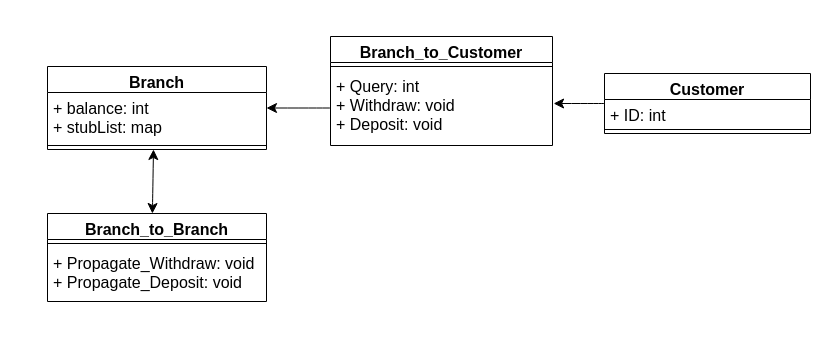
This is CSE531Project1.drawio from ilvfruits/CSE531_Distributed_and_Microprocessor_OS, a draw.io file, before an edit. Source tidied: cells renumbered, new cells numbered last; positions are measured from the earlier drawing's top-left corner, leaving out a move shared by most shapes. Both pictures are drawn from the tidied source at 100%, with x=0, y=0 at pixel (47, 36).
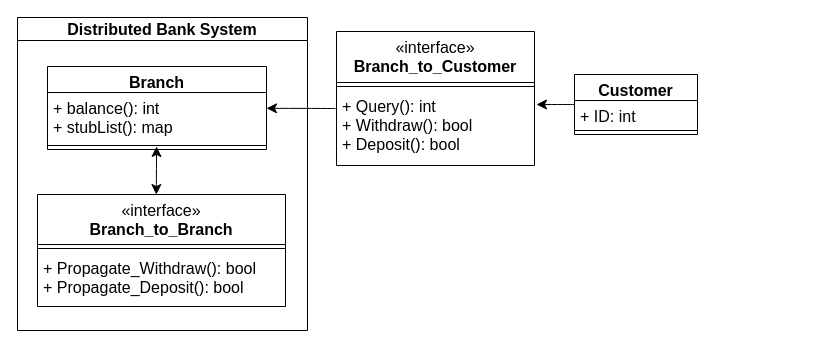
The same diagram, later.

The edit, as a diff of the source:
```diff
@@
 <mxGraphModel>
   <root>
     <mxCell id="0" />
     <mxCell id="1" parent="0" />
-    <mxCell id="2" value="Branch_to_Customer" style="swimlane;fontStyle=1;align=center;verticalAlign=top;horizontal=1;startSize=26;whiteSpace=wrap;html=1;fontSize=16;" parent="1" vertex="1">
-      <mxGeometry x="283" width="222" height="109" as="geometry" />
-    </mxCell>
-    <mxCell id="3" style="line;strokeWidth=1;fillColor=none;align=left;verticalAlign=middle;spacingTop=-1;spacingLeft=3;spacingRight=3;labelPosition=right;strokeColor=inherit;fontSize=16;" parent="2" vertex="1">
-      <mxGeometry y="26" width="222" height="8" as="geometry" />
-    </mxCell>
-    <mxCell id="4" value="+ Query: int&lt;br&gt;+ Withdraw: void&lt;br&gt;+ Deposit: void" style="text;strokeColor=none;fillColor=none;align=left;verticalAlign=top;spacingLeft=4;spacingRight=4;overflow=hidden;points=[[0,0.5],[1,0.5]];portConstraint=eastwest;whiteSpace=wrap;html=1;fontSize=16;" parent="2" vertex="1">
-      <mxGeometry y="34" width="222" height="75" as="geometry" />
-    </mxCell>
-    <mxCell id="5" style="edgeStyle=none;curved=1;rounded=0;jettySize=auto;html=1;fontSize=12;startSize=8;endSize=8;entryX=1.005;entryY=0.44;entryDx=0;entryDy=0;entryPerimeter=0;" parent="1" edge="1" source="6" target="4">
+    <mxCell id="5" style="edgeStyle=none;curved=1;rounded=0;jettySize=auto;html=1;fontSize=12;startSize=8;endSize=8;entryX=1.01;entryY=0.187;entryDx=0;entryDy=0;entryPerimeter=0;" parent="1" edge="1" source="6" target="19">
       <mxGeometry relative="1" as="geometry" />
     </mxCell>
     <mxCell id="6" value="Customer" style="swimlane;fontStyle=1;align=center;verticalAlign=top;horizontal=1;startSize=26;whiteSpace=wrap;html=1;fontSize=16;" parent="1" vertex="1">
-      <mxGeometry x="557" y="37" width="206" height="60" as="geometry" />
+      <mxGeometry x="527" y="38" width="123" height="60" as="geometry" />
     </mxCell>
     <mxCell id="7" value="+ ID: int" style="text;strokeColor=none;fillColor=none;align=left;verticalAlign=top;spacingLeft=4;spacingRight=4;overflow=hidden;whiteSpace=wrap;html=1;fontSize=16;" parent="6" vertex="1">
-      <mxGeometry y="26" width="206" height="26" as="geometry" />
+      <mxGeometry y="26" width="123" height="26" as="geometry" />
     </mxCell>
     <mxCell id="8" style="line;strokeWidth=1;fillColor=none;align=left;verticalAlign=middle;spacingTop=-1;spacingLeft=3;spacingRight=3;labelPosition=right;strokeColor=inherit;fontSize=16;" parent="6" vertex="1">
-      <mxGeometry y="52" width="206" height="8" as="geometry" />
+      <mxGeometry y="52" width="123" height="8" as="geometry" />
     </mxCell>
-    <mxCell id="9" value="Branch_to_Branch" style="swimlane;fontStyle=1;align=center;verticalAlign=top;horizontal=1;startSize=26;whiteSpace=wrap;html=1;fontSize=16;" parent="1" vertex="1">
-      <mxGeometry y="177" width="219" height="88" as="geometry" />
+    <mxCell id="9" value="&lt;span style=&quot;font-weight: normal;&quot;&gt;«interface»&lt;/span&gt;&lt;br&gt;Branch_to_Branch" style="swimlane;fontStyle=1;align=center;verticalAlign=top;horizontal=1;startSize=50;whiteSpace=wrap;html=1;fontSize=16;" parent="1" vertex="1">
+      <mxGeometry x="-10" y="158" width="248" height="112" as="geometry" />
     </mxCell>
     <mxCell id="10" style="line;strokeWidth=1;fillColor=none;align=left;verticalAlign=middle;spacingTop=-1;spacingLeft=3;spacingRight=3;labelPosition=right;strokeColor=inherit;fontSize=16;" parent="9" vertex="1">
-      <mxGeometry y="26" width="219" height="8" as="geometry" />
+      <mxGeometry y="50" width="248" height="8" as="geometry" />
     </mxCell>
-    <mxCell id="11" value="+ Propagate_Withdraw: void&lt;br&gt;+ Propagate_Deposit: void" style="text;strokeColor=none;fillColor=none;align=left;verticalAlign=top;spacingLeft=4;spacingRight=4;overflow=hidden;whiteSpace=wrap;html=1;fontSize=16;" parent="9" vertex="1">
-      <mxGeometry y="34" width="219" height="54" as="geometry" />
+    <mxCell id="11" value="+ Propagate_Withdraw(): bool&lt;br&gt;+ Propagate_Deposit(): bool" style="text;strokeColor=none;fillColor=none;align=left;verticalAlign=top;spacingLeft=4;spacingRight=4;overflow=hidden;whiteSpace=wrap;html=1;fontSize=16;" parent="9" vertex="1">
+      <mxGeometry y="58" width="248" height="54" as="geometry" />
     </mxCell>
     <mxCell id="12" value="Branch" style="swimlane;fontStyle=1;align=center;verticalAlign=top;horizontal=1;startSize=26;whiteSpace=wrap;html=1;fontSize=16;" parent="1" vertex="1">
       <mxGeometry y="30" width="219" height="83" as="geometry" />
     </mxCell>
-    <mxCell id="13" value="+ balance: int&lt;br&gt;+ stubList: map" style="text;strokeColor=none;fillColor=none;align=left;verticalAlign=top;spacingLeft=4;spacingRight=4;overflow=hidden;whiteSpace=wrap;html=1;fontSize=16;" parent="12" vertex="1">
+    <mxCell id="13" value="+ balance(): int&lt;br&gt;+ stubList(): map" style="text;strokeColor=none;fillColor=none;align=left;verticalAlign=top;spacingLeft=4;spacingRight=4;overflow=hidden;whiteSpace=wrap;html=1;fontSize=16;" parent="12" vertex="1">
       <mxGeometry y="26" width="219" height="49" as="geometry" />
     </mxCell>
     <mxCell id="14" style="line;strokeWidth=1;fillColor=none;align=left;verticalAlign=middle;spacingTop=-1;spacingLeft=3;spacingRight=3;labelPosition=right;points=[];portConstraint=eastwest;strokeColor=inherit;fontSize=16;" parent="12" vertex="1">
       <mxGeometry y="75" width="219" height="8" as="geometry" />
     </mxCell>
-    <mxCell id="15" style="edgeStyle=none;curved=1;rounded=0;jettySize=auto;html=1;fontSize=12;startSize=8;endSize=8;" parent="1" edge="1" source="4" target="12">
+    <mxCell id="15" style="edgeStyle=none;curved=1;rounded=0;jettySize=auto;html=1;fontSize=12;startSize=8;endSize=8;exitX=-0.005;exitY=0.24;exitDx=0;exitDy=0;exitPerimeter=0;" parent="1" edge="1" source="19" target="12">
       <mxGeometry relative="1" as="geometry" />
     </mxCell>
-    <mxCell id="16" style="endArrow=classic;startArrow=classic;html=1;rounded=0;fontSize=12;startSize=8;endSize=8;curved=1;entryX=0.484;entryY=1;entryDx=0;entryDy=0;entryPerimeter=0;exitX=0.479;exitY=0;exitDx=0;exitDy=0;exitPerimeter=0;" parent="1" edge="1" source="9" target="14">
+    <mxCell id="16" style="endArrow=classic;startArrow=classic;html=1;rounded=0;fontSize=12;startSize=8;endSize=8;curved=1;entryX=0.498;entryY=0.625;entryDx=0;entryDy=0;entryPerimeter=0;exitX=0.479;exitY=0;exitDx=0;exitDy=0;exitPerimeter=0;" parent="1" edge="1" source="9" target="14">
       <mxGeometry relative="1" as="geometry" />
     </mxCell>
+    <mxCell id="17" value="&lt;span style=&quot;font-weight: normal;&quot;&gt;«interface»&lt;/span&gt;&lt;br style=&quot;border-color: var(--border-color);&quot;&gt;Branch_to_Customer" style="swimlane;fontStyle=1;align=center;verticalAlign=top;horizontal=1;startSize=51;whiteSpace=wrap;html=1;fontSize=16;" parent="1" vertex="1">
+      <mxGeometry x="289" y="-5" width="198" height="134" as="geometry" />
+    </mxCell>
+    <mxCell id="18" style="line;strokeWidth=1;fillColor=none;align=left;verticalAlign=middle;spacingTop=-1;spacingLeft=3;spacingRight=3;labelPosition=right;strokeColor=inherit;fontSize=16;" parent="17" vertex="1">
+      <mxGeometry y="51" width="198" height="8" as="geometry" />
+    </mxCell>
+    <mxCell id="19" value="+ Query(): int&lt;br style=&quot;border-color: var(--border-color);&quot;&gt;+ Withdraw(): bool&lt;br style=&quot;border-color: var(--border-color);&quot;&gt;+ Deposit(): bool" style="text;strokeColor=none;fillColor=none;align=left;verticalAlign=top;spacingLeft=4;spacingRight=4;overflow=hidden;points=[[0,0.5],[1,0.5]];portConstraint=eastwest;whiteSpace=wrap;html=1;fontSize=16;" parent="17" vertex="1">
+      <mxGeometry y="59" width="198" height="75" as="geometry" />
+    </mxCell>
+    <mxCell id="20" value="Distributed Bank System" style="swimlane;whiteSpace=wrap;html=1;fontSize=16;" parent="1" vertex="1">
+      <mxGeometry x="-30" y="-19" width="290" height="313" as="geometry" />
+    </mxCell>
   </root>
 </mxGraphModel>
```
